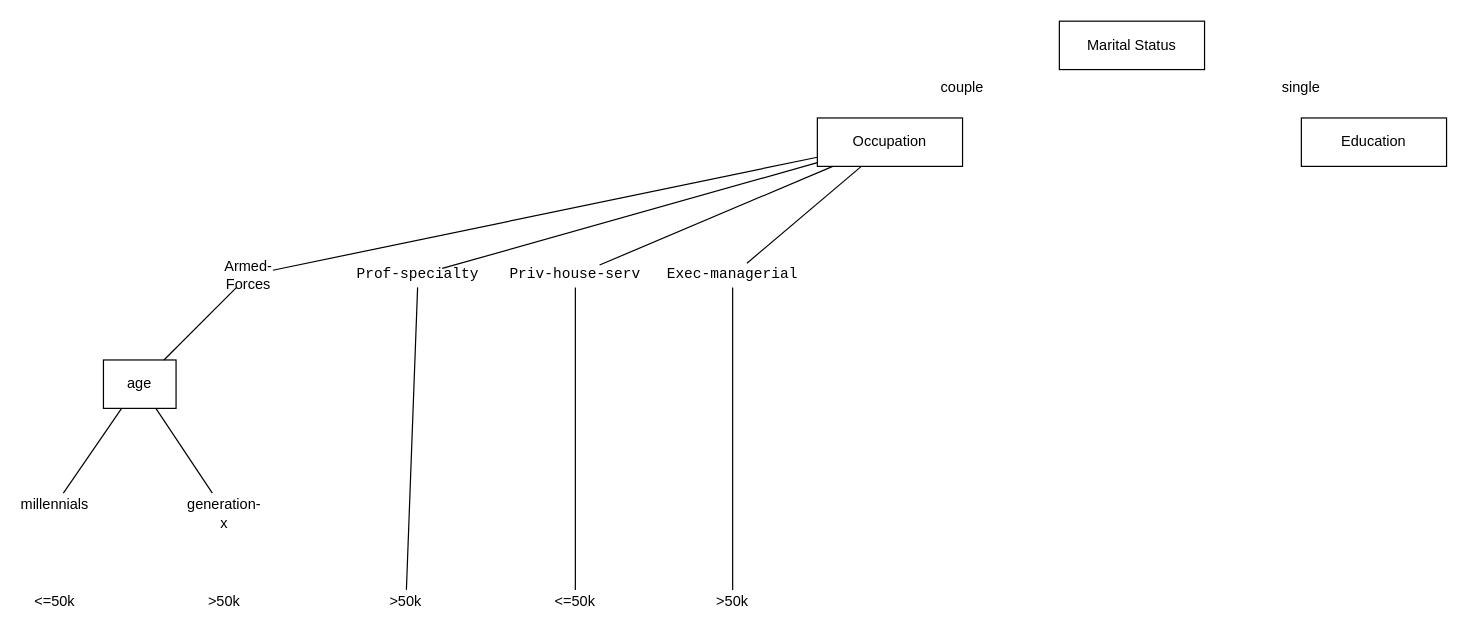
The draw.io diagram notebooks/dta.drawio in Ntsiki-Nonjo/MachineLearningAssignment, before the edit. Source tidied: cells renumbered, new cells numbered last; positions are measured from the earlier drawing's top-left corner, leaving out a move shared by most shapes. Both pictures are drawn from the tidied source at 121%, with x=0, y=0 at pixel (30, 21).
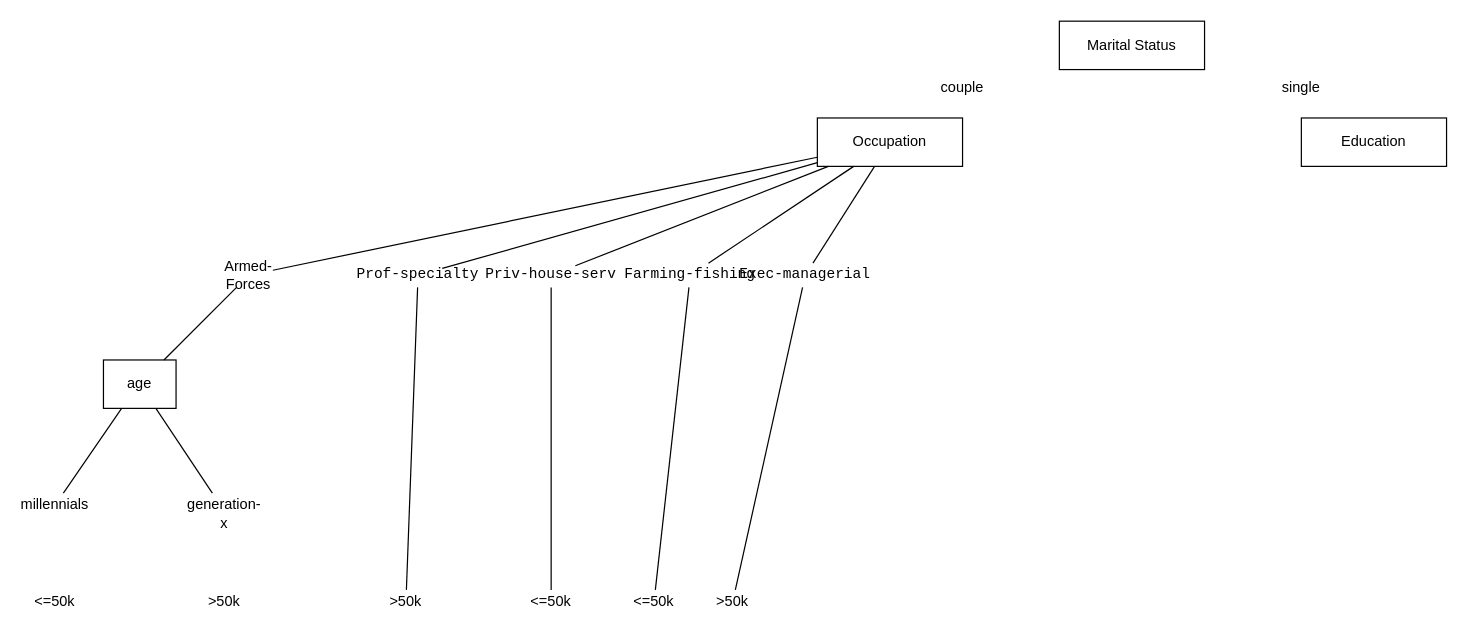
After the change.

Unchanged cells that the change refers to:
```xml
<mxCell id="3" value="Occupation" style="rounded=0;whiteSpace=wrap;html=1;" parent="1" vertex="1">
  <mxGeometry x="650" y="80" width="120" height="40" as="geometry" />
</mxCell>
```

What changed in the source:
```diff
@@
     <mxCell id="7" value="&lt;pre&gt;Priv-house-serv&lt;/pre&gt;" style="text;html=1;strokeColor=none;fillColor=none;align=center;verticalAlign=middle;whiteSpace=wrap;rounded=0;" parent="1" vertex="1">
-      <mxGeometry x="430" y="200" width="40" height="20" as="geometry" />
+      <mxGeometry x="410" y="200" width="40" height="20" as="geometry" />
     </mxCell>
     <mxCell id="8" value="&amp;lt;=50k" style="text;html=1;strokeColor=none;fillColor=none;align=center;verticalAlign=middle;whiteSpace=wrap;rounded=0;" parent="1" vertex="1">
-      <mxGeometry x="430" y="470" width="40" height="20" as="geometry" />
+      <mxGeometry x="410" y="470" width="40" height="20" as="geometry" />
     </mxCell>
@@
     <mxCell id="25" value="&lt;pre&gt;Exec-managerial&lt;/pre&gt;" style="text;html=1;strokeColor=none;fillColor=none;align=center;verticalAlign=middle;whiteSpace=wrap;rounded=0;" parent="1" vertex="1">
-      <mxGeometry x="560" y="200" width="40" height="20" as="geometry" />
+      <mxGeometry x="620" y="200" width="40" height="20" as="geometry" />
     </mxCell>
@@
+    <mxCell id="29" style="endArrow=none;html=1;" parent="1" edge="1" source="30" target="3">
+      <mxGeometry relative="1" as="geometry" />
+    </mxCell>
+    <mxCell id="30" value="&lt;pre&gt;Farming-fishing&lt;/pre&gt;" style="text;html=1;strokeColor=none;fillColor=none;align=center;verticalAlign=middle;whiteSpace=wrap;rounded=0;" parent="1" vertex="1">
+      <mxGeometry x="525" y="200" width="40" height="20" as="geometry" />
+    </mxCell>
+    <mxCell id="31" style="endArrow=none;html=1;" parent="1" edge="1" source="32" target="30">
+      <mxGeometry relative="1" as="geometry" />
+    </mxCell>
+    <mxCell id="32" value="&amp;lt;=50k" style="text;html=1;strokeColor=none;fillColor=none;align=center;verticalAlign=middle;whiteSpace=wrap;rounded=0;" parent="1" vertex="1">
+      <mxGeometry x="495" y="470" width="40" height="20" as="geometry" />
+    </mxCell>
```
